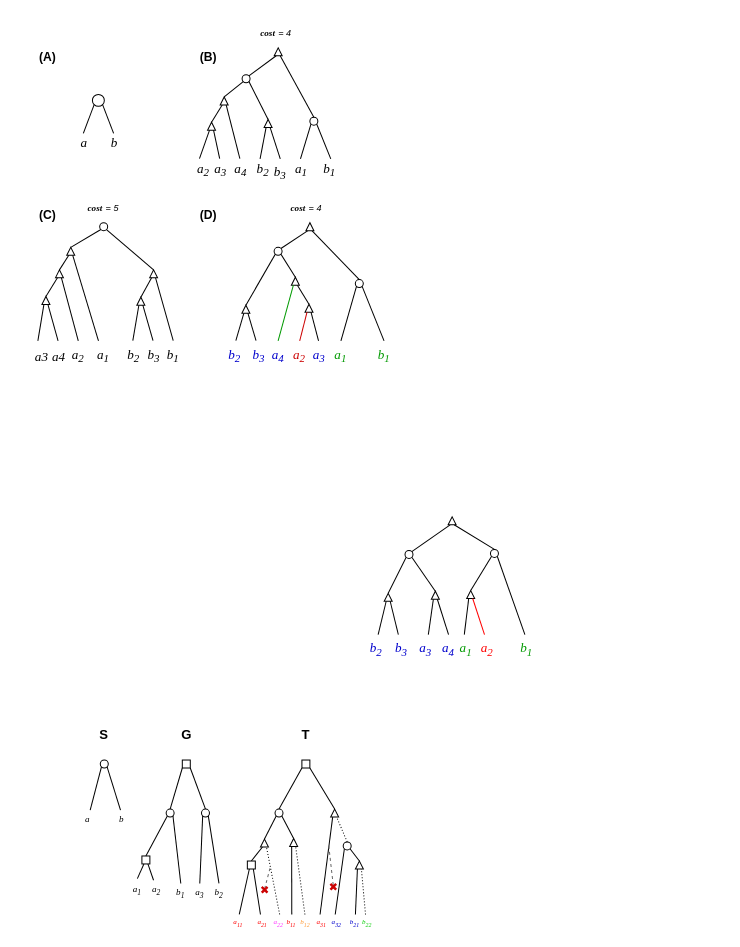
dondavy/samples_draw.io keeps this draw.io diagram as page "Page-2" (2 of 3) of phylogenies.drawio. Above is the earlier version. Source tidied: cells renumbered, new cells numbered last; positions are measured from the earlier drawing's top-left corner, leaving out a move shared by most shapes. Both pictures are drawn from the tidied source at 101%, with x=0, y=0 at pixel (17, 17).
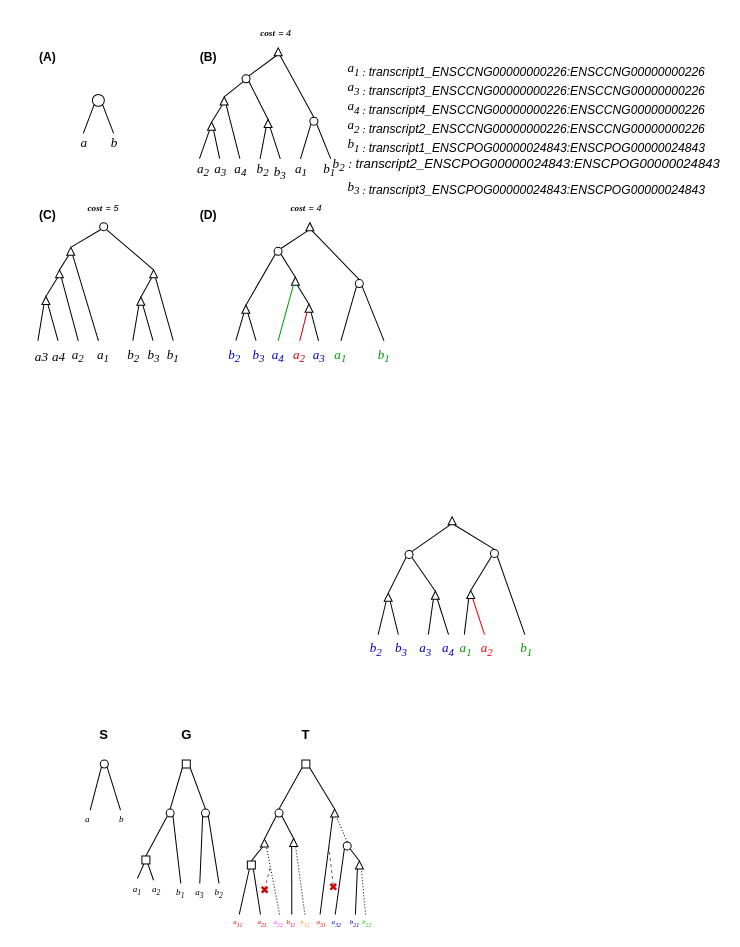
The same diagram, later.

What changed in the source:
```diff
@@
+    <mxCell id="180" value="&lt;i style=&quot;border-color: var(--border-color); font-family: &amp;quot;Times New Roman&amp;quot;; font-size: 13px;&quot;&gt;a&lt;sub style=&quot;border-color: var(--border-color);&quot;&gt;1 :&amp;nbsp;&lt;span style=&quot;background-color: initial; font-family: Helvetica; font-size: 12px;&quot;&gt;transcript1_ENSCCNG00000000226:ENSCCNG00000000226&lt;/span&gt;&lt;br&gt;&lt;/sub&gt;&lt;/i&gt;&lt;i style=&quot;border-color: var(--border-color); font-family: &amp;quot;Times New Roman&amp;quot;; font-size: 13px;&quot;&gt;a&lt;sub style=&quot;border-color: var(--border-color);&quot;&gt;3 :&amp;nbsp;&lt;span style=&quot;background-color: initial; font-family: Helvetica; font-size: 12px;&quot;&gt;transcript3_ENSCCNG00000000226:ENSCCNG00000000226&lt;/span&gt;&lt;br&gt;&lt;/sub&gt;&lt;/i&gt;&lt;i style=&quot;border-color: var(--border-color); font-family: &amp;quot;Times New Roman&amp;quot;; font-size: 13px;&quot;&gt;a&lt;sub style=&quot;border-color: var(--border-color);&quot;&gt;4 :&amp;nbsp;&lt;span style=&quot;background-color: initial; font-family: Helvetica; font-size: 12px;&quot;&gt;transcript4_ENSCCNG00000000226:ENSCCNG00000000226&lt;/span&gt;&lt;br&gt;&lt;/sub&gt;&lt;/i&gt;&lt;i style=&quot;border-color: var(--border-color); font-family: &amp;quot;Times New Roman&amp;quot;; font-size: 13px;&quot;&gt;a&lt;sub style=&quot;border-color: var(--border-color);&quot;&gt;2 :&amp;nbsp;&lt;span style=&quot;background-color: initial; font-family: Helvetica; font-size: 12px;&quot;&gt;transcript2_ENSCCNG00000000226:ENSCCNG00000000226&lt;/span&gt;&lt;/sub&gt;&lt;/i&gt;&lt;i style=&quot;border-color: var(--border-color); font-family: &amp;quot;Times New Roman&amp;quot;; font-size: 13px;&quot;&gt;&lt;sub style=&quot;border-color: var(--border-color);&quot;&gt;&lt;br&gt;&lt;/sub&gt;&lt;/i&gt;&lt;i style=&quot;border-color: var(--border-color); font-size: 13px;&quot;&gt;&lt;font face=&quot;Times New Roman&quot;&gt;b&lt;/font&gt;&lt;span style=&quot;border-color: var(--border-color);&quot;&gt;&lt;sub style=&quot;font-family: &amp;quot;Times New Roman&amp;quot;;&quot;&gt;1 :&amp;nbsp;&lt;/sub&gt;&lt;span style=&quot;font-family: Helvetica; vertical-align: sub; background-color: initial; font-size: 12px;&quot;&gt;transcript1_ENSCPOG00000024843:ENSCPOG00000024843&lt;br&gt;&lt;/span&gt;&lt;i style=&quot;border-color: var(--border-color); font-size: 13px;&quot;&gt;&lt;font face=&quot;Times New Roman&quot;&gt;b&lt;/font&gt;&lt;sub style=&quot;font-family: &amp;quot;Times New Roman&amp;quot;; vertical-align: sub; border-color: var(--border-color);&quot;&gt;2&lt;/sub&gt;&lt;span style=&quot;font-family: &amp;quot;Times New Roman&amp;quot;; border-color: var(--border-color);&quot;&gt; :&amp;nbsp;&lt;/span&gt;&lt;span style=&quot;border-color: var(--border-color);&quot;&gt;transcript2_ENSCPOG00000024843:ENSCPOG00000024843&lt;br style=&quot;border-color: var(--border-color);&quot;&gt;&lt;/span&gt;&lt;/i&gt;&lt;i style=&quot;font-family: &amp;quot;Times New Roman&amp;quot;; vertical-align: sub; border-color: var(--border-color); font-size: 13px;&quot;&gt;b&lt;sub style=&quot;border-color: var(--border-color);&quot;&gt;3 :&amp;nbsp;&lt;span style=&quot;border-color: var(--border-color); background-color: initial; font-family: Helvetica; font-size: 12px;&quot;&gt;transcript3_ENSCPOG00000024843:ENSCPOG00000024843&lt;/span&gt;&lt;/sub&gt;&lt;/i&gt;&lt;br&gt;&lt;/span&gt;&lt;/i&gt;" style="text;html=1;strokeColor=none;fillColor=none;align=center;verticalAlign=middle;whiteSpace=wrap;rounded=0;" parent="1" vertex="1">
+      <mxGeometry x="308.6" y="30" width="390" height="160" as="geometry" />
+    </mxCell>
```
